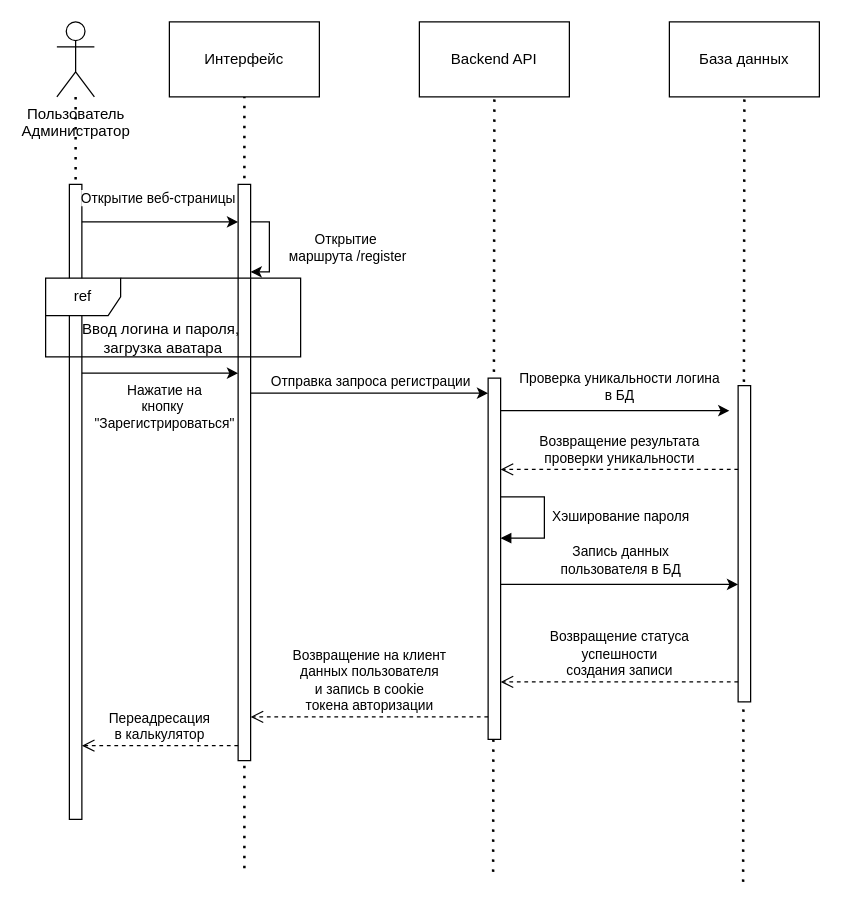
Above: sequence_signup.drawio in eva01pilot/plant-tissue-diagrams (draw.io), before the change. Source tidied: cells renumbered, new cells numbered last; positions are measured from the earlier drawing's top-left corner, leaving out a move shared by most shapes. Both pictures are drawn from the tidied source at 125%, with x=0, y=0 at pixel (45, 21).
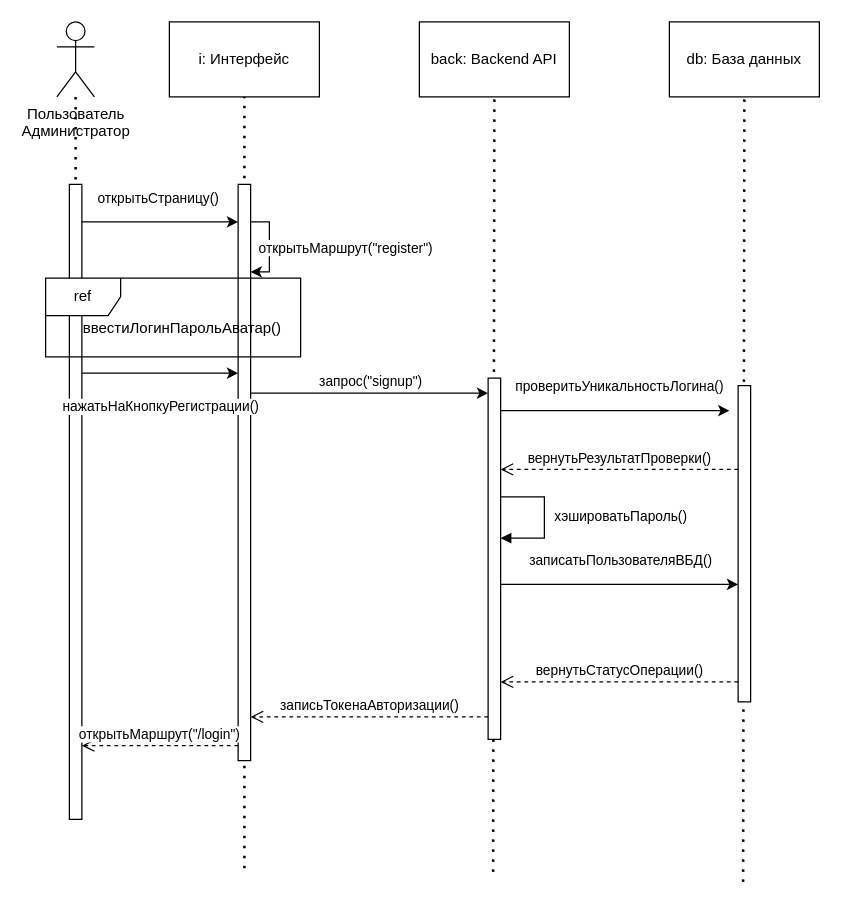
After the change.

Unchanged cells that the change refers to:
```xml
<mxCell id="7" style="html=1;points=[[0,0,0,0,5],[0,1,0,0,-5],[1,0,0,0,5],[1,1,0,0,-5]];perimeter=orthogonalPerimeter;outlineConnect=0;targetShapes=umlLifeline;portConstraint=eastwest;newEdgeStyle={&quot;curved&quot;:0,&quot;rounded&quot;:0};" parent="1" vertex="1">
  <mxGeometry x="19" y="130" width="10" height="508" as="geometry" />
</mxCell>
<mxCell id="8" style="html=1;points=[[0,0,0,0,5],[0,1,0,0,-5],[1,0,0,0,5],[1,1,0,0,-5]];perimeter=orthogonalPerimeter;outlineConnect=0;targetShapes=umlLifeline;portConstraint=eastwest;newEdgeStyle={&quot;curved&quot;:0,&quot;rounded&quot;:0};" parent="1" vertex="1">
  <mxGeometry x="154" y="130" width="10" height="461" as="geometry" />
</mxCell>
<mxCell id="10" style="html=1;points=[[0,0,0,0,5],[0,1,0,0,-5],[1,0,0,0,5],[1,1,0,0,-5]];perimeter=orthogonalPerimeter;outlineConnect=0;targetShapes=umlLifeline;portConstraint=eastwest;newEdgeStyle={&quot;curved&quot;:0,&quot;rounded&quot;:0};" parent="1" vertex="1">
  <mxGeometry x="354" y="285" width="10" height="289" as="geometry" />
</mxCell>
<mxCell id="12" style="html=1;points=[[0,0,0,0,5],[0,1,0,0,-5],[1,0,0,0,5],[1,1,0,0,-5]];perimeter=orthogonalPerimeter;outlineConnect=0;targetShapes=umlLifeline;portConstraint=eastwest;newEdgeStyle={&quot;curved&quot;:0,&quot;rounded&quot;:0};" parent="1" vertex="1">
  <mxGeometry x="554" y="291" width="10" height="253" as="geometry" />
</mxCell>
<mxCell id="13" style="endArrow=classic;html=1;rounded=0;" parent="1" edge="1" source="7" target="8">
  <mxGeometry relative="1" as="geometry">
    <Array as="points">
      <mxPoint x="99" y="160" />
    </Array>
  </mxGeometry>
</mxCell>
<mxCell id="16" style="endArrow=classic;html=1;rounded=0;" parent="1" edge="1" source="8" target="8">
  <mxGeometry relative="1" as="geometry">
    <Array as="points">
      <mxPoint x="179" y="160" />
      <mxPoint x="179" y="200" />
    </Array>
  </mxGeometry>
</mxCell>
<mxCell id="18" style="endArrow=classic;html=1;rounded=0;" parent="1" edge="1" source="8" target="10">
  <mxGeometry relative="1" as="geometry">
    <Array as="points">
      <mxPoint x="257" y="297" />
    </Array>
  </mxGeometry>
</mxCell>
<mxCell id="20" style="html=1;align=left;spacingLeft=2;endArrow=block;rounded=0;edgeStyle=orthogonalEdgeStyle;curved=0;rounded=0;" parent="1" edge="1" source="10" target="10">
  <mxGeometry relative="1" as="geometry">
    <Array as="points">
      <mxPoint x="399" y="380" />
      <mxPoint x="399" y="413" />
    </Array>
  </mxGeometry>
</mxCell>
<mxCell id="22" style="endArrow=classic;html=1;rounded=0;" parent="1" edge="1" source="10">
  <mxGeometry relative="1" as="geometry">
    <mxPoint x="547" y="311" as="targetPoint" />
  </mxGeometry>
</mxCell>
<mxCell id="25" style="endArrow=classic;html=1;rounded=0;" parent="1" edge="1" source="10" target="12">
  <mxGeometry relative="1" as="geometry">
    <Array as="points">
      <mxPoint x="456" y="450" />
    </Array>
  </mxGeometry>
</mxCell>
<mxCell id="32" style="endArrow=classic;html=1;rounded=0;" parent="1" edge="1" source="7" target="8">
  <mxGeometry relative="1" as="geometry">
    <Array as="points">
      <mxPoint x="87" y="281" />
    </Array>
  </mxGeometry>
</mxCell>
```

Change to the diagram source:
```diff
@@
-    <mxCell id="6" value="Интерфейс" style="rounded=0;whiteSpace=wrap;html=1;" parent="1" vertex="1">
+    <mxCell id="6" value="i: Интерфейс" style="rounded=0;whiteSpace=wrap;html=1;" parent="1" vertex="1">
       <mxGeometry x="99" width="120" height="60" as="geometry" />
     </mxCell>
@@
-    <mxCell id="9" value="Backend API" style="rounded=0;whiteSpace=wrap;html=1;" parent="1" vertex="1">
+    <mxCell id="9" value="back: Backend API" style="rounded=0;whiteSpace=wrap;html=1;" parent="1" vertex="1">
       <mxGeometry x="299" width="120" height="60" as="geometry" />
     </mxCell>
@@
-    <mxCell id="11" value="База данных" style="rounded=0;whiteSpace=wrap;html=1;" parent="1" vertex="1">
+    <mxCell id="11" value="db: База данных" style="rounded=0;whiteSpace=wrap;html=1;" parent="1" vertex="1">
       <mxGeometry x="499" width="120" height="60" as="geometry" />
     </mxCell>
@@
-    <mxCell id="14" value="Открытие веб-страницы" style="edgeLabel;html=1;align=center;verticalAlign=middle;" parent="13" vertex="1">
+    <mxCell id="14" value="открытьСтраницу()" style="edgeLabel;html=1;align=center;verticalAlign=middle;" parent="13" vertex="1">
       <mxGeometry x="-0.23" y="1" relative="1" as="geometry">
         <mxPoint x="12" y="-19" as="offset" />
       </mxGeometry>
     </mxCell>
@@
-    <mxCell id="17" value="&lt;div&gt;Открытие&lt;/div&gt;&lt;div&gt;&amp;nbsp;маршрута /register&lt;/div&gt;" style="edgeLabel;html=1;align=center;verticalAlign=middle;" parent="16" vertex="1">
+    <mxCell id="17" value="открытьМаршрут(&quot;register&quot;)" style="edgeLabel;html=1;align=center;verticalAlign=middle;" parent="16" vertex="1">
       <mxGeometry y="-2" relative="1" as="geometry">
         <mxPoint x="62" as="offset" />
       </mxGeometry>
     </mxCell>
@@
-    <mxCell id="19" value="&lt;div&gt;Отправка запроса регистрации&lt;br&gt;&lt;/div&gt;" style="edgeLabel;html=1;align=center;verticalAlign=middle;" parent="18" vertex="1">
+    <mxCell id="19" value="запрос(&quot;signup&quot;)" style="edgeLabel;html=1;align=center;verticalAlign=middle;" parent="18" vertex="1">
       <mxGeometry x="-0.17" y="-1" relative="1" as="geometry">
         <mxPoint x="16" y="-11" as="offset" />
       </mxGeometry>
     </mxCell>
@@
-    <mxCell id="21" value="Хэширование пароля" style="edgeLabel;html=1;align=center;verticalAlign=middle;" parent="20" vertex="1">
+    <mxCell id="21" value="хэшироватьПароль()" style="edgeLabel;html=1;align=center;verticalAlign=middle;" parent="20" vertex="1">
       <mxGeometry x="-0.03" relative="1" as="geometry">
         <mxPoint x="60" as="offset" />
       </mxGeometry>
     </mxCell>
@@
-    <mxCell id="23" value="&lt;div&gt;Проверка уникальности логина &lt;br&gt;&lt;/div&gt;&lt;div&gt;в БД&lt;br&gt;&lt;/div&gt;" style="edgeLabel;html=1;align=center;verticalAlign=middle;" parent="22" vertex="1">
+    <mxCell id="23" value="проверитьУникальностьЛогина()" style="edgeLabel;html=1;align=center;verticalAlign=middle;" parent="22" vertex="1">
       <mxGeometry x="-0.09" y="-1" relative="1" as="geometry">
         <mxPoint x="11" y="-21" as="offset" />
       </mxGeometry>
     </mxCell>
-    <mxCell id="24" value="&lt;div&gt;Возвращение результата&lt;/div&gt;&lt;div&gt;проверки уникальности&lt;/div&gt;" style="html=1;verticalAlign=bottom;endArrow=open;dashed=1;endSize=8;curved=0;rounded=0;" parent="1" edge="1" source="12" target="10">
+    <mxCell id="24" value="вернутьРезультатПроверки()" style="html=1;verticalAlign=bottom;endArrow=open;dashed=1;endSize=8;curved=0;rounded=0;" parent="1" edge="1" source="12" target="10">
       <mxGeometry relative="1" as="geometry">
         <Array as="points">
           <mxPoint x="453" y="358" />
         </Array>
       </mxGeometry>
     </mxCell>
@@
-    <mxCell id="26" value="&lt;div&gt;Запись данных&lt;/div&gt;&lt;div&gt;пользователя в БД&lt;br&gt;&lt;/div&gt;" style="edgeLabel;html=1;align=center;verticalAlign=middle;" parent="25" vertex="1">
+    <mxCell id="26" value="записатьПользователяВБД()" style="edgeLabel;html=1;align=center;verticalAlign=middle;" parent="25" vertex="1">
       <mxGeometry x="-0.1" relative="1" as="geometry">
         <mxPoint x="9" y="-20" as="offset" />
       </mxGeometry>
     </mxCell>
-    <mxCell id="27" value="&lt;div&gt;Возвращение статуса &lt;br&gt;&lt;/div&gt;&lt;div&gt;успешности &lt;br&gt;&lt;/div&gt;&lt;div&gt;создания записи&lt;br&gt;&lt;/div&gt;" style="html=1;verticalAlign=bottom;endArrow=open;dashed=1;endSize=8;curved=0;rounded=0;" parent="1" edge="1" source="12" target="10">
+    <mxCell id="27" value="вернутьСтатусОперации()" style="html=1;verticalAlign=bottom;endArrow=open;dashed=1;endSize=8;curved=0;rounded=0;" parent="1" edge="1" source="12" target="10">
       <mxGeometry relative="1" as="geometry">
         <Array as="points">
           <mxPoint x="443" y="528" />
         </Array>
       </mxGeometry>
     </mxCell>
-    <mxCell id="28" value="&lt;div&gt;Возвращение на клиент&lt;/div&gt;&lt;div&gt;данных пользователя&lt;/div&gt;&lt;div&gt;и запись в cookie&lt;/div&gt;&lt;div&gt;токена авторизации&lt;br&gt;&lt;/div&gt;" style="html=1;verticalAlign=bottom;endArrow=open;dashed=1;endSize=8;curved=0;rounded=0;" parent="1" edge="1" source="10" target="8">
+    <mxCell id="28" value="записьТокенаАвторизации()" style="html=1;verticalAlign=bottom;endArrow=open;dashed=1;endSize=8;curved=0;rounded=0;" parent="1" edge="1" source="10" target="8">
       <mxGeometry relative="1" as="geometry">
         <Array as="points">
           <mxPoint x="246" y="556" />
         </Array>
       </mxGeometry>
     </mxCell>
-    <mxCell id="29" value="&lt;div&gt;Переадресация&lt;/div&gt;&lt;div&gt;в калькулятор&lt;br&gt;&lt;/div&gt;" style="html=1;verticalAlign=bottom;endArrow=open;dashed=1;endSize=8;curved=0;rounded=0;" parent="1" edge="1" source="8" target="7">
+    <mxCell id="29" value="открытьМаршрут(&quot;/login&quot;)" style="html=1;verticalAlign=bottom;endArrow=open;dashed=1;endSize=8;curved=0;rounded=0;" parent="1" edge="1" source="8" target="7">
       <mxGeometry relative="1" as="geometry">
         <Array as="points">
           <mxPoint x="95" y="579" />
         </Array>
       </mxGeometry>
     </mxCell>
@@
-    <mxCell id="31" value="&lt;div&gt;Ввод логина и пароля,&lt;/div&gt;&lt;div&gt;&amp;nbsp;загрузка аватара&lt;/div&gt;" style="text;html=1;align=center;verticalAlign=middle;strokeColor=none;fillColor=none;" parent="1" vertex="1">
-      <mxGeometry x="20" y="232" width="144" height="41" as="geometry" />
+    <mxCell id="31" value="ввестиЛогинПарольАватар()" style="text;html=1;align=center;verticalAlign=middle;strokeColor=none;fillColor=none;" parent="1" vertex="1">
+      <mxGeometry x="19" y="230" width="180" height="30" as="geometry" />
     </mxCell>
@@
-    <mxCell id="33" value="&lt;div&gt;Нажатие на&lt;/div&gt;&lt;div&gt;кнопку&amp;nbsp;&lt;/div&gt;&lt;div&gt;&quot;Зарегистрироваться&quot;&lt;br&gt;&lt;/div&gt;" style="edgeLabel;html=1;align=center;verticalAlign=middle;" parent="32" vertex="1">
+    <mxCell id="33" value="нажатьНаКнопкуРегистрации()" style="edgeLabel;html=1;align=center;verticalAlign=middle;" parent="32" vertex="1">
       <mxGeometry x="0.11" y="1" relative="1" as="geometry">
-        <mxPoint x="-4" y="27" as="offset" />
+        <mxPoint x="-7" y="27" as="offset" />
       </mxGeometry>
     </mxCell>
```
